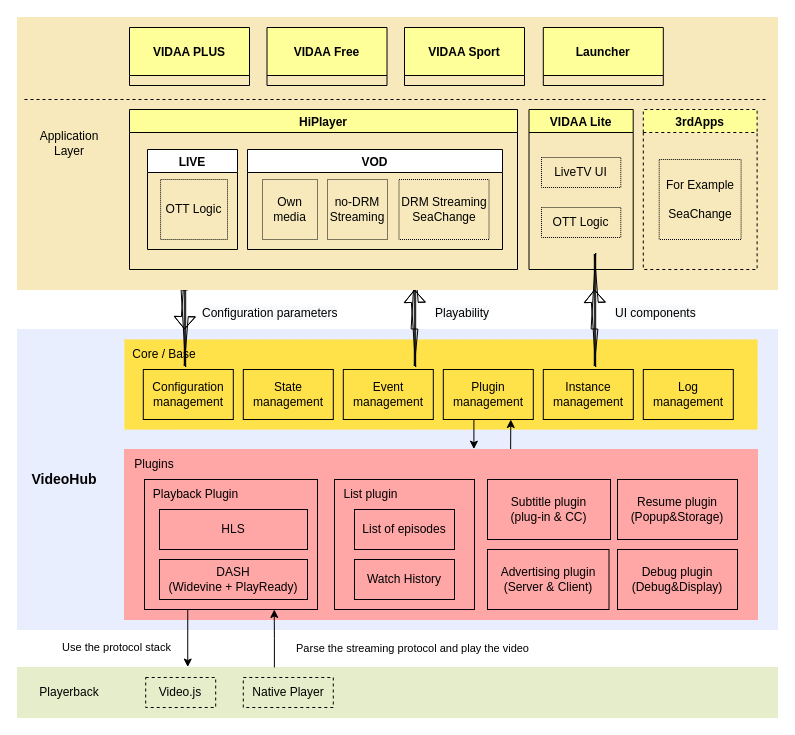
Before: page "Architecture C2" (2 of 3) of VideoHub_SDK.drawio in LeeDebug/drawio, a draw.io diagram. Source tidied: cells renumbered, new cells numbered last; positions are measured from the earlier drawing's top-left corner, leaving out a move shared by most shapes. Both pictures are drawn from the tidied source at 100%, with x=0, y=0 at pixel (17, 17).
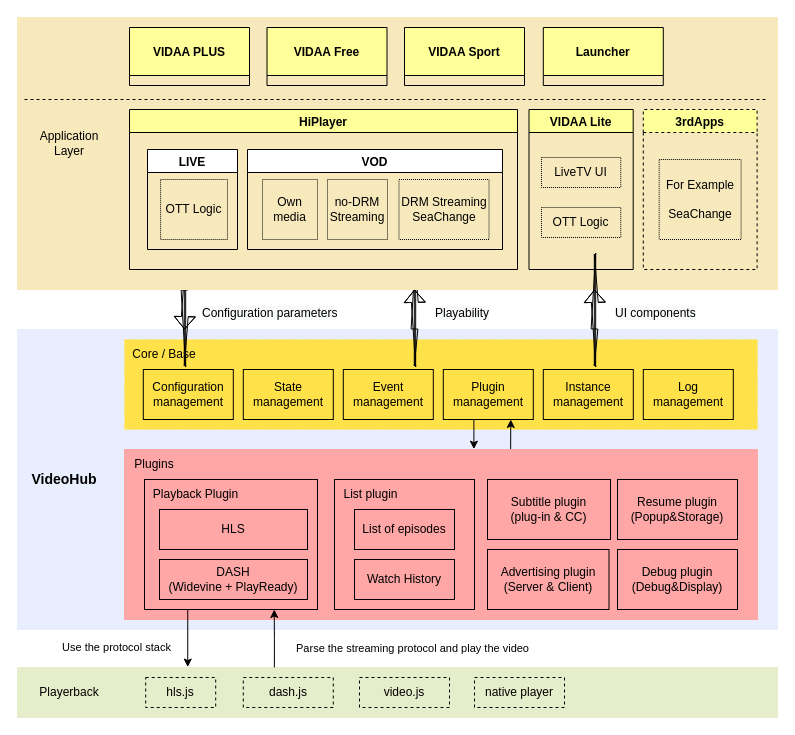
After the change.

Change to the diagram source:
```diff
@@
-    <mxCell id="37" value="Video.js" style="rounded=0;whiteSpace=wrap;html=1;dashed=1;fillColor=none;" parent="1" vertex="1">
+    <mxCell id="37" value="hls.js" style="rounded=0;whiteSpace=wrap;html=1;dashed=1;fillColor=none;" parent="1" vertex="1">
       <mxGeometry x="128.2" y="660" width="70" height="30" as="geometry" />
     </mxCell>
-    <mxCell id="38" value="Native Player" style="rounded=0;whiteSpace=wrap;html=1;dashed=1;fillColor=none;" parent="1" vertex="1">
+    <mxCell id="38" value="dash.js" style="rounded=0;whiteSpace=wrap;html=1;dashed=1;fillColor=none;" parent="1" vertex="1">
       <mxGeometry x="225.8" y="660" width="90" height="30" as="geometry" />
     </mxCell>
@@
+    <mxCell id="61" value="video.js" style="rounded=0;whiteSpace=wrap;html=1;dashed=1;fillColor=none;" parent="1" vertex="1">
+      <mxGeometry x="342" y="660" width="90" height="30" as="geometry" />
+    </mxCell>
+    <mxCell id="62" value="native player" style="rounded=0;whiteSpace=wrap;html=1;dashed=1;fillColor=none;" parent="1" vertex="1">
+      <mxGeometry x="457" y="660" width="90" height="30" as="geometry" />
+    </mxCell>
```
